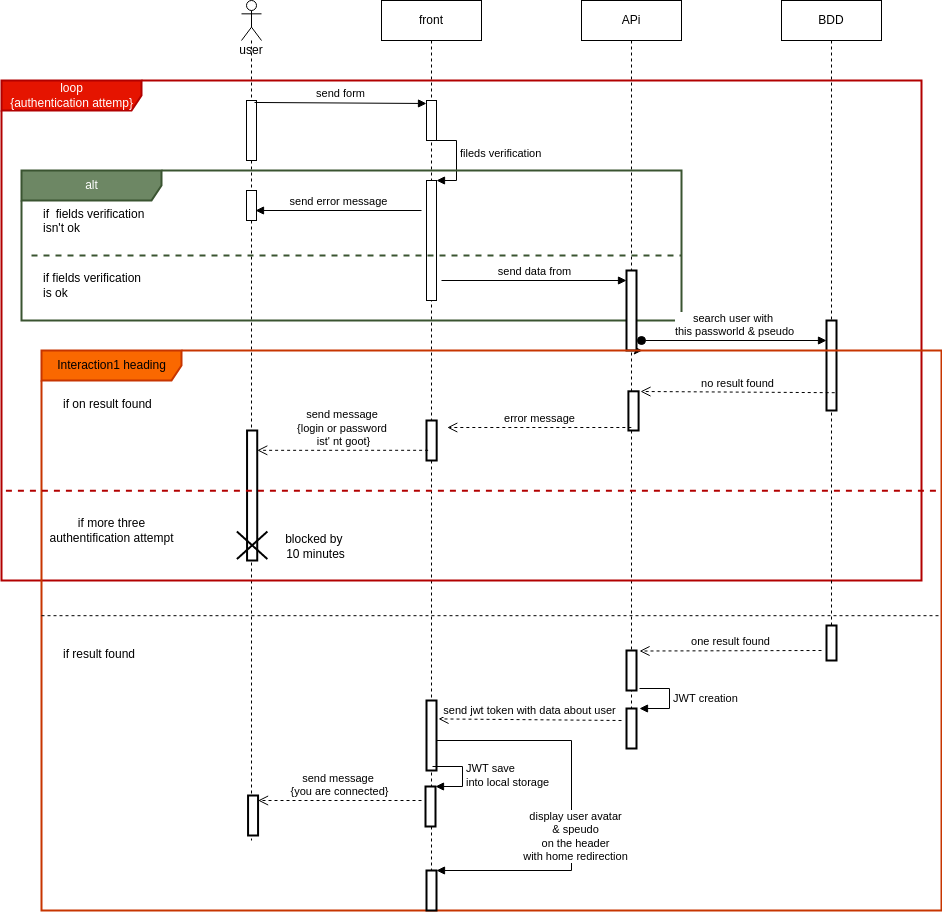
Above: Documentation-diagrams/diagrams-img/connection_sequence.drawio.png in aerobi93/Modelisation-UML (draw.io), before the change. Source tidied: cells renumbered, new cells last; positions are measured from the earlier drawing's top-left corner, leaving out a move shared by most shapes.
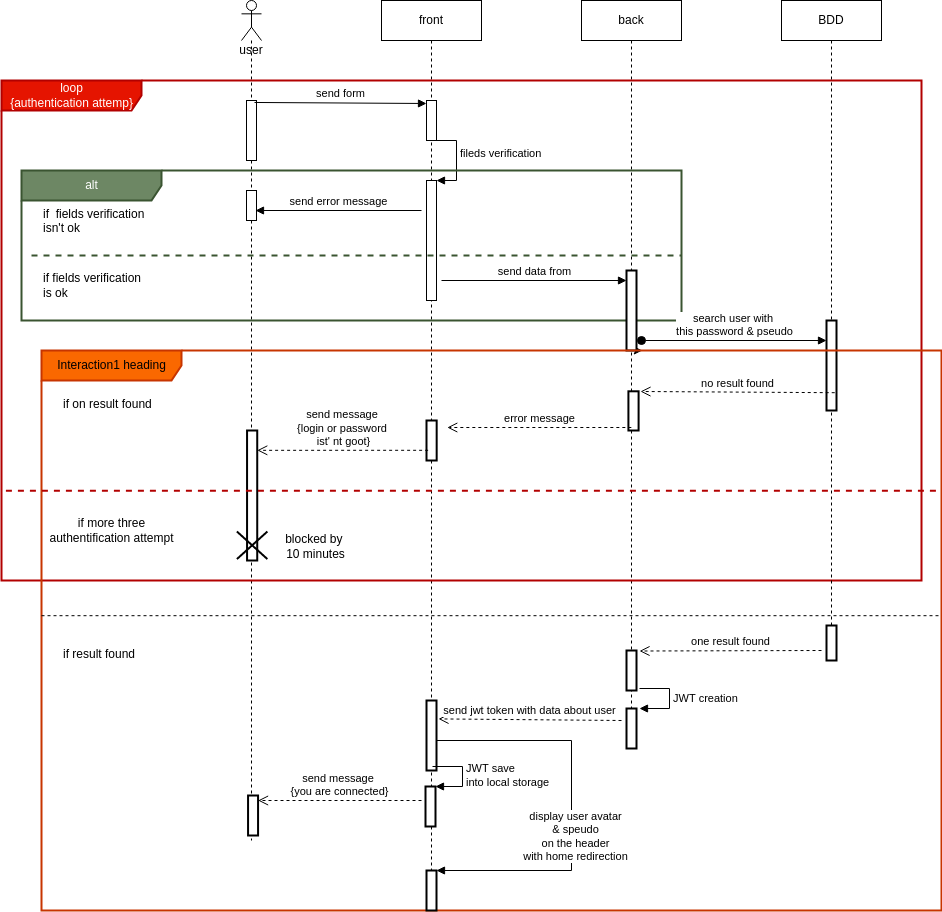
After the change.

Commit message:
change System API to back

The edit, as a diff of the source:
```diff
@@ -11,7 +11,7 @@
     <mxCell id="4" style="edgeStyle=none;html=1;" parent="1" edge="1" source="5" target="22">
       <mxGeometry relative="1" as="geometry" />
     </mxCell>
-    <mxCell id="5" value="APi" style="shape=umlLifeline;perimeter=lifelinePerimeter;whiteSpace=wrap;html=1;outlineConnect=0;" parent="1" vertex="1">
+    <mxCell id="5" value="back" style="shape=umlLifeline;perimeter=lifelinePerimeter;whiteSpace=wrap;html=1;outlineConnect=0;" parent="1" vertex="1">
       <mxGeometry x="580" width="100" height="740" as="geometry" />
     </mxCell>
     <mxCell id="6" value="loop&lt;br&gt;{authentication attemp}" style="shape=umlFrame;tabWidth=110;tabHeight=30;tabPosition=left;html=1;boundedLbl=1;labelInHeader=1;width=140;height=30;fillColor=#e51400;fontColor=#ffffff;strokeColor=#B20000;strokeWidth=2;" parent="1" vertex="1">
@@ -75,7 +75,7 @@
     <mxCell id="20" style="html=1;points=[];perimeter=orthogonalPerimeter;strokeWidth=2;" parent="1" vertex="1">
       <mxGeometry x="825" y="320" width="10" height="90" as="geometry" />
     </mxCell>
-    <mxCell id="21" value="search user with&amp;nbsp;&lt;br&gt;this passworld &amp;amp; pseudo" style="html=1;verticalAlign=bottom;startArrow=oval;startFill=1;endArrow=block;startSize=8;" parent="1" edge="1" target="20">
+    <mxCell id="21" value="search user with&amp;nbsp;&lt;br&gt;this password &amp;amp; pseudo" style="html=1;verticalAlign=bottom;startArrow=oval;startFill=1;endArrow=block;startSize=8;" parent="1" edge="1" target="20">
       <mxGeometry relative="1" as="geometry">
         <mxPoint x="640" y="340" as="sourcePoint" />
       </mxGeometry>
```
